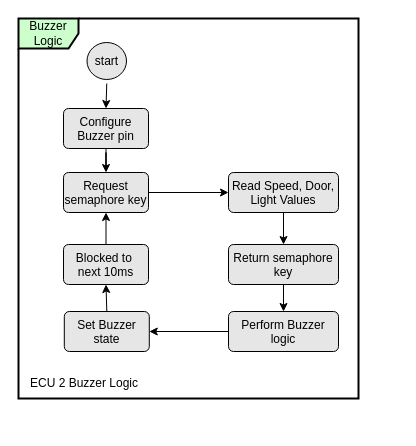
The draw.io diagram page "Buzzer_Logic" (7 of 9) of 2-Dynamic_Deesign_State_Machine_Diagram.drawio in Mohamed-abdullah-hassan/EG-FWD_Automotive_door_control, before the edit. Source tidied: cells renumbered, new cells numbered last; positions are measured from the earlier drawing's top-left corner, leaving out a move shared by most shapes. Both pictures are drawn from the tidied source at 100%, with x=0, y=0 at pixel (18, 18).
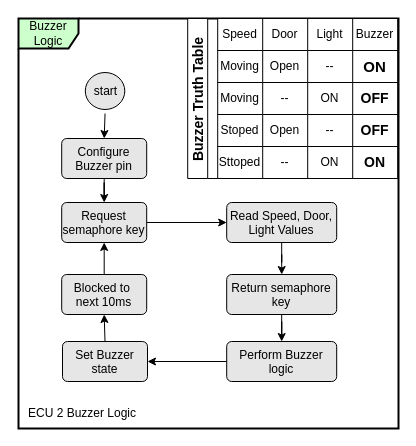
The same diagram, later.

Commit message (it also covers changes not shown here):
Added truth table for buzzer and light logic

The edit, as a diff of the source:
```diff
@@
     <mxCell id="2" value="Buzzer Logic" style="shape=umlFrame;whiteSpace=wrap;fillColor=#CCFFCC;strokeWidth=2;" parent="1" vertex="1">
-      <mxGeometry width="340" height="380" as="geometry" />
+      <mxGeometry width="380" height="410" as="geometry" />
     </mxCell>
@@
     <mxCell id="4" value="start" style="ellipse;html=1;shape=startState;fillColor=#E6E6E6;" parent="2" vertex="1">
-      <mxGeometry x="64.5" y="20" width="47.5" height="45" as="geometry" />
+      <mxGeometry x="62.8" y="50" width="47.5" height="45" as="geometry" />
     </mxCell>
@@
     <mxCell id="6" value="&lt;span style=&quot;&quot;&gt;Configure Buzzer pin&lt;/span&gt;" style="html=1;align=center;verticalAlign=top;rounded=1;absoluteArcSize=1;arcSize=10;dashed=0;fillColor=#E6E6E6;whiteSpace=wrap;" parent="2" vertex="1">
-      <mxGeometry x="45" y="90" width="85" height="40" as="geometry" />
+      <mxGeometry x="43.2" y="120" width="85" height="40" as="geometry" />
     </mxCell>
     <mxCell id="7" value="Read Speed, Door, Light Values" style="html=1;align=center;verticalAlign=top;rounded=1;absoluteArcSize=1;arcSize=10;dashed=0;fillColor=#E6E6E6;strokeColor=rgb(0, 0, 0);fontColor=rgb(0, 0, 0);whiteSpace=wrap;" parent="2" vertex="1">
-      <mxGeometry x="210" y="154" width="110" height="40" as="geometry" />
+      <mxGeometry x="208.2" y="184" width="110" height="40" as="geometry" />
     </mxCell>
@@
     <mxCell id="9" value="Blocked to&amp;nbsp; next 10ms" style="html=1;align=center;verticalAlign=top;rounded=1;absoluteArcSize=1;arcSize=10;dashed=0;fillColor=#E6E6E6;strokeColor=rgb(0, 0, 0);fontColor=rgb(0, 0, 0);whiteSpace=wrap;" parent="2" vertex="1">
-      <mxGeometry x="45" y="226" width="85" height="40" as="geometry" />
+      <mxGeometry x="43.2" y="256" width="85" height="40" as="geometry" />
     </mxCell>
@@
     <mxCell id="11" value="Request semaphore key" style="html=1;align=center;verticalAlign=top;rounded=1;absoluteArcSize=1;arcSize=10;dashed=0;fillColor=#E6E6E6;whiteSpace=wrap;strokeColor=rgb(0, 0, 0);fontColor=rgb(0, 0, 0);" parent="2" vertex="1">
-      <mxGeometry x="45" y="154" width="85" height="40" as="geometry" />
+      <mxGeometry x="43.2" y="184" width="85" height="40" as="geometry" />
     </mxCell>
@@
     <mxCell id="13" value="Set Buzzer state" style="html=1;align=center;verticalAlign=top;rounded=1;absoluteArcSize=1;arcSize=10;dashed=0;fillColor=#E6E6E6;strokeColor=rgb(0, 0, 0);fontColor=rgb(0, 0, 0);whiteSpace=wrap;" parent="2" vertex="1">
-      <mxGeometry x="45.8" y="293" width="85" height="40" as="geometry" />
+      <mxGeometry x="44" y="323" width="85" height="40" as="geometry" />
     </mxCell>
     <mxCell id="14" value="Return semaphore key" style="html=1;align=center;verticalAlign=top;rounded=1;absoluteArcSize=1;arcSize=10;dashed=0;fillColor=#E6E6E6;strokeColor=rgb(0, 0, 0);fontColor=rgb(0, 0, 0);whiteSpace=wrap;" parent="2" vertex="1">
-      <mxGeometry x="210" y="226" width="110" height="40" as="geometry" />
+      <mxGeometry x="208.2" y="256" width="110" height="40" as="geometry" />
     </mxCell>
@@
     <mxCell id="16" value="Perform Buzzer logic" style="html=1;align=center;verticalAlign=top;rounded=1;absoluteArcSize=1;arcSize=10;dashed=0;fillColor=#E6E6E6;strokeColor=rgb(0, 0, 0);fontColor=rgb(0, 0, 0);whiteSpace=wrap;" parent="2" vertex="1">
-      <mxGeometry x="210" y="293" width="110" height="40" as="geometry" />
+      <mxGeometry x="208.2" y="323" width="110" height="40" as="geometry" />
     </mxCell>
@@
     <mxCell id="19" value="ECU 2 Buzzer Logic" style="text;html=1;align=center;verticalAlign=middle;whiteSpace=wrap;rounded=0;" parent="2" vertex="1">
-      <mxGeometry x="0.8" y="350" width="130" height="30" as="geometry" />
+      <mxGeometry x="-1" y="380" width="130" height="30" as="geometry" />
     </mxCell>
+    <mxCell id="20" value="Buzzer Truth Table" style="swimlane;horizontal=0;strokeWidth=1;fontSize=14;startSize=20;" parent="2" vertex="1">
+      <mxGeometry x="169.2" width="210" height="160" as="geometry" />
+    </mxCell>
+    <mxCell id="21" style="shape=table;startSize=0;childLayout=tableLayout;arcSize=15;noLabel=0;perimeter=rectanglePerimeter;" parent="20" vertex="1">
+      <mxGeometry x="30" width="180" height="160" as="geometry" />
+    </mxCell>
+    <mxCell id="22" style="shape=tableRow;horizontal=0;startSize=0;swimlaneHead=0;swimlaneBody=0;top=0;left=0;bottom=0;right=0;fillColor=none;" parent="21" vertex="1">
+      <mxGeometry width="180" height="32" as="geometry" />
+    </mxCell>
+    <mxCell id="23" value="Speed" style="shape=partialRectangle;html=1;whiteSpace=wrap;overflow=hidden;fillColor=none;top=0;left=0;bottom=0;right=0;" parent="22" vertex="1">
+      <mxGeometry width="45" height="32" as="geometry" />
+    </mxCell>
+    <mxCell id="24" value="Door" style="shape=partialRectangle;html=1;whiteSpace=wrap;overflow=hidden;fillColor=none;top=0;left=0;bottom=0;right=0;" parent="22" vertex="1">
+      <mxGeometry x="45" width="45" height="32" as="geometry" />
+    </mxCell>
+    <mxCell id="25" value="Light" style="shape=partialRectangle;html=1;whiteSpace=wrap;overflow=hidden;fillColor=none;top=0;left=0;bottom=0;right=0;" parent="22" vertex="1">
+      <mxGeometry x="90" width="45" height="32" as="geometry" />
+    </mxCell>
+    <mxCell id="26" value="Buzzer" style="shape=partialRectangle;html=1;whiteSpace=wrap;overflow=hidden;fillColor=none;top=0;left=0;bottom=0;right=0;" parent="22" vertex="1">
+      <mxGeometry x="135" width="45" height="32" as="geometry" />
+    </mxCell>
+    <mxCell id="27" style="shape=tableRow;horizontal=0;startSize=0;swimlaneHead=0;swimlaneBody=0;top=0;left=0;bottom=0;right=0;fillColor=none;" parent="21" vertex="1">
+      <mxGeometry y="32" width="180" height="32" as="geometry" />
+    </mxCell>
+    <mxCell id="28" value="Moving" style="shape=partialRectangle;html=1;whiteSpace=wrap;overflow=hidden;fillColor=none;top=0;left=0;bottom=0;right=0;" parent="27" vertex="1">
+      <mxGeometry width="45" height="32" as="geometry" />
+    </mxCell>
+    <mxCell id="29" value="Open" style="shape=partialRectangle;html=1;whiteSpace=wrap;overflow=hidden;fillColor=none;top=0;left=0;bottom=0;right=0;" parent="27" vertex="1">
+      <mxGeometry x="45" width="45" height="32" as="geometry" />
+    </mxCell>
+    <mxCell id="30" value="--" style="shape=partialRectangle;html=1;whiteSpace=wrap;overflow=hidden;fillColor=none;top=0;left=0;bottom=0;right=0;" parent="27" vertex="1">
+      <mxGeometry x="90" width="45" height="32" as="geometry" />
+    </mxCell>
+    <mxCell id="31" value="ON" style="shape=partialRectangle;html=1;whiteSpace=wrap;overflow=hidden;fillColor=none;top=0;left=0;bottom=0;right=0;strokeWidth=1;dashed=1;dashPattern=1 1;fontStyle=1;fontSize=15;" parent="27" vertex="1">
+      <mxGeometry x="135" width="45" height="32" as="geometry" />
+    </mxCell>
+    <mxCell id="32" style="shape=tableRow;horizontal=0;startSize=0;swimlaneHead=0;swimlaneBody=0;top=0;left=0;bottom=0;right=0;fillColor=none;" parent="21" vertex="1">
+      <mxGeometry y="64" width="180" height="32" as="geometry" />
+    </mxCell>
+    <mxCell id="33" value="Moving" style="shape=partialRectangle;html=1;whiteSpace=wrap;overflow=hidden;fillColor=none;top=0;left=0;bottom=0;right=0;" parent="32" vertex="1">
+      <mxGeometry width="45" height="32" as="geometry" />
+    </mxCell>
+    <mxCell id="34" value="--" style="shape=partialRectangle;html=1;whiteSpace=wrap;overflow=hidden;fillColor=none;top=0;left=0;bottom=0;right=0;" parent="32" vertex="1">
+      <mxGeometry x="45" width="45" height="32" as="geometry" />
+    </mxCell>
+    <mxCell id="35" value="ON" style="shape=partialRectangle;html=1;whiteSpace=wrap;overflow=hidden;fillColor=none;top=0;left=0;bottom=0;right=0;" parent="32" vertex="1">
+      <mxGeometry x="90" width="45" height="32" as="geometry" />
+    </mxCell>
+    <mxCell id="36" value="OFF" style="shape=partialRectangle;html=1;whiteSpace=wrap;overflow=hidden;fillColor=none;top=0;left=0;bottom=0;right=0;fontSize=14;fontStyle=1;" parent="32" vertex="1">
+      <mxGeometry x="135" width="45" height="32" as="geometry" />
+    </mxCell>
+    <mxCell id="37" style="shape=tableRow;horizontal=0;startSize=0;swimlaneHead=0;swimlaneBody=0;top=0;left=0;bottom=0;right=0;fillColor=none;" parent="21" vertex="1">
+      <mxGeometry y="96" width="180" height="32" as="geometry" />
+    </mxCell>
+    <mxCell id="38" value="Stoped" style="shape=partialRectangle;html=1;whiteSpace=wrap;overflow=hidden;fillColor=none;top=0;left=0;bottom=0;right=0;" parent="37" vertex="1">
+      <mxGeometry width="45" height="32" as="geometry" />
+    </mxCell>
+    <mxCell id="39" value="Open" style="shape=partialRectangle;html=1;whiteSpace=wrap;overflow=hidden;fillColor=none;top=0;left=0;bottom=0;right=0;" parent="37" vertex="1">
+      <mxGeometry x="45" width="45" height="32" as="geometry" />
+    </mxCell>
+    <mxCell id="40" value="--" style="shape=partialRectangle;html=1;whiteSpace=wrap;overflow=hidden;fillColor=none;top=0;left=0;bottom=0;right=0;" parent="37" vertex="1">
+      <mxGeometry x="90" width="45" height="32" as="geometry" />
+    </mxCell>
+    <mxCell id="41" value="OFF" style="shape=partialRectangle;html=1;whiteSpace=wrap;overflow=hidden;fillColor=none;top=0;left=0;bottom=0;right=0;fontSize=14;fontStyle=1;" parent="37" vertex="1">
+      <mxGeometry x="135" width="45" height="32" as="geometry" />
+    </mxCell>
+    <mxCell id="42" style="shape=tableRow;horizontal=0;startSize=0;swimlaneHead=0;swimlaneBody=0;top=0;left=0;bottom=0;right=0;fillColor=none;" parent="21" vertex="1">
+      <mxGeometry y="128" width="180" height="32" as="geometry" />
+    </mxCell>
+    <mxCell id="43" value="Sttoped" style="shape=partialRectangle;html=1;whiteSpace=wrap;overflow=hidden;fillColor=none;top=0;left=0;bottom=0;right=0;" parent="42" vertex="1">
+      <mxGeometry width="45" height="32" as="geometry" />
+    </mxCell>
+    <mxCell id="44" value="--" style="shape=partialRectangle;html=1;whiteSpace=wrap;overflow=hidden;fillColor=none;top=0;left=0;bottom=0;right=0;" parent="42" vertex="1">
+      <mxGeometry x="45" width="45" height="32" as="geometry" />
+    </mxCell>
+    <mxCell id="45" value="ON" style="shape=partialRectangle;html=1;whiteSpace=wrap;overflow=hidden;fillColor=none;top=0;left=0;bottom=0;right=0;" parent="42" vertex="1">
+      <mxGeometry x="90" width="45" height="32" as="geometry" />
+    </mxCell>
+    <mxCell id="46" value="ON" style="shape=partialRectangle;html=1;whiteSpace=wrap;overflow=hidden;fillColor=none;top=0;left=0;bottom=0;right=0;fontSize=14;fontStyle=1;" parent="42" vertex="1">
+      <mxGeometry x="135" width="45" height="32" as="geometry" />
+    </mxCell>
```
